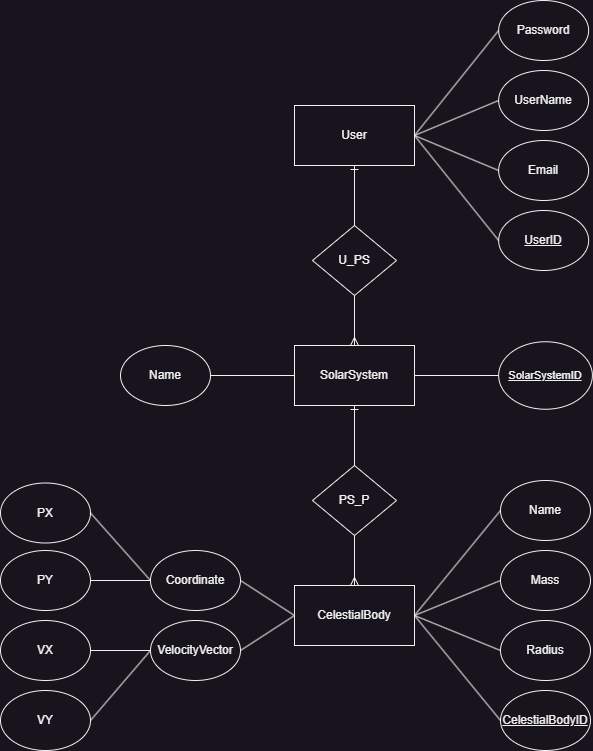
Before: docs/Database ER diagram.drawio.png, a diagram exported from draw.io (bbalage/evoPlanet). Source tidied: cells renumbered, new cells last; positions are measured from the earlier drawing's top-left corner, leaving out a move shared by most shapes.
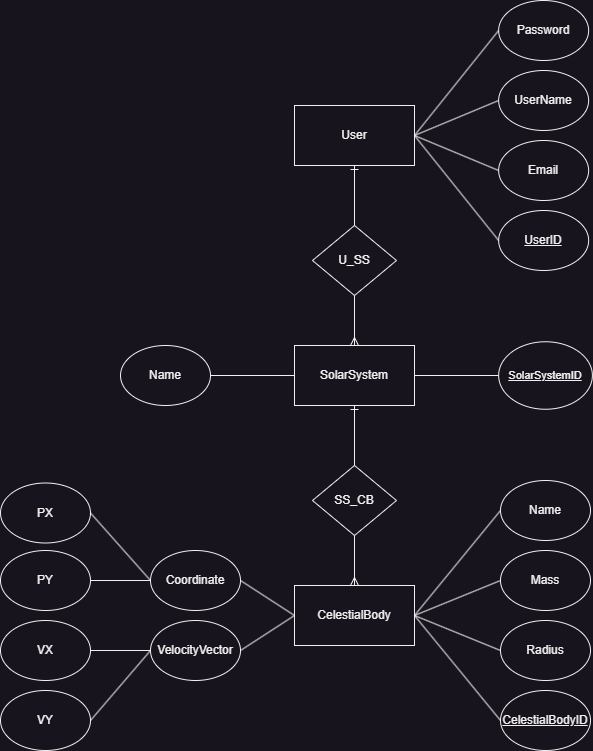
After the commit.

Commit message:
ER diagram about database

Fixed one

Change to the diagram source:
```diff
@@ -83,10 +83,10 @@
     <mxCell id="28" style="endArrow=none;html=1;rounded=0;entryX=0;entryY=0.5;entryDx=0;entryDy=0;exitX=1;exitY=0.5;exitDx=0;exitDy=0;" parent="1" edge="1" source="4" target="27">
       <mxGeometry relative="1" as="geometry" />
     </mxCell>
-    <mxCell id="29" value="U_PS" style="rhombus;whiteSpace=wrap;html=1;" parent="1" vertex="1">
+    <mxCell id="29" value="U_SS" style="rhombus;whiteSpace=wrap;html=1;" parent="1" vertex="1">
       <mxGeometry x="312" y="225" width="84" height="70" as="geometry" />
     </mxCell>
-    <mxCell id="30" value="PS_P" style="rhombus;whiteSpace=wrap;html=1;" parent="1" vertex="1">
+    <mxCell id="30" value="SS_CB" style="rhombus;whiteSpace=wrap;html=1;" parent="1" vertex="1">
       <mxGeometry x="312" y="465" width="84" height="70" as="geometry" />
     </mxCell>
     <mxCell id="31" style="fontSize=12;html=1;endArrow=ERone;endFill=1;rounded=0;entryX=0.5;entryY=1;entryDx=0;entryDy=0;exitX=0.5;exitY=0;exitDx=0;exitDy=0;" parent="1" edge="1" source="29" target="2">
```
